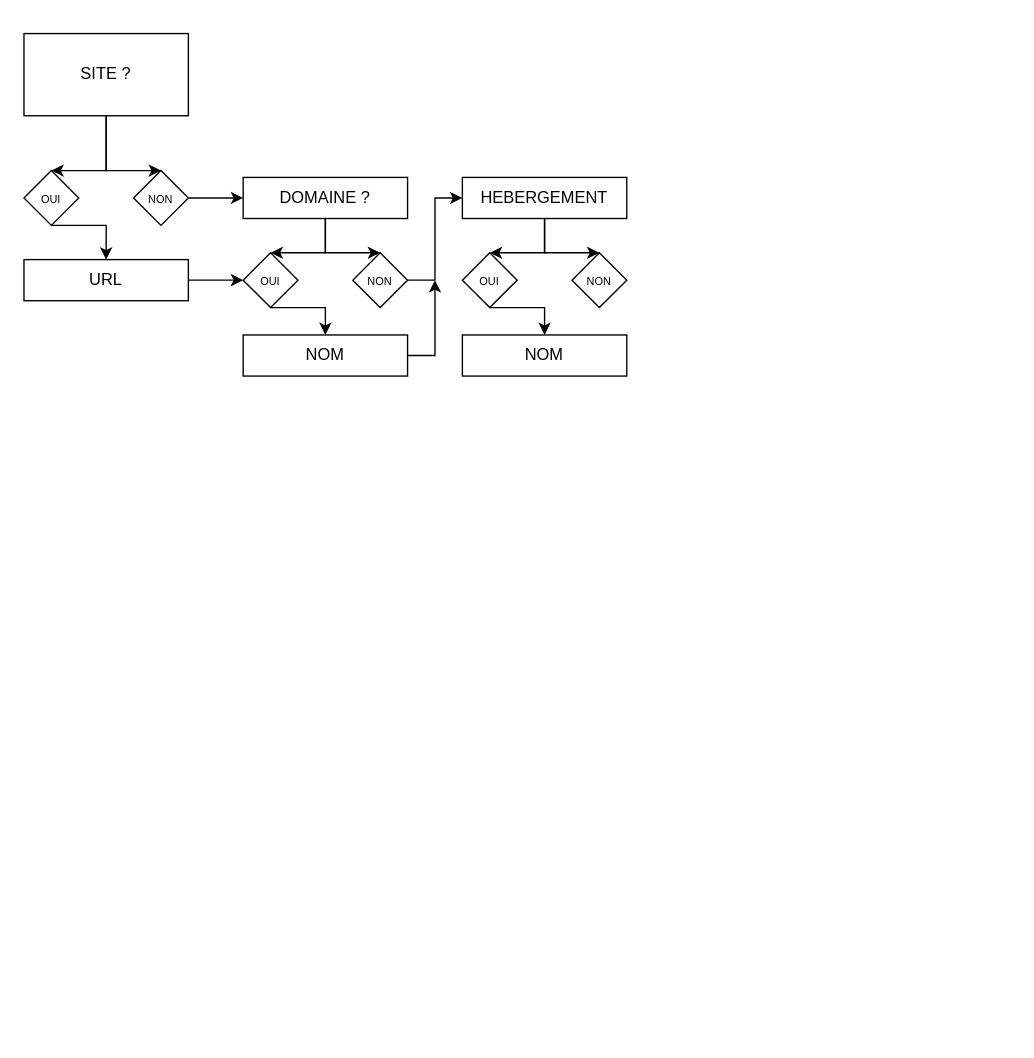
Before: Webcharte.drawio in webcharte/webcharte, a draw.io diagram. Source tidied: cells renumbered, new cells numbered last; positions are measured from the earlier drawing's top-left corner, leaving out a move shared by most shapes. Both pictures are drawn from the tidied source at 137%, with x=0, y=0 at pixel (23, 33).
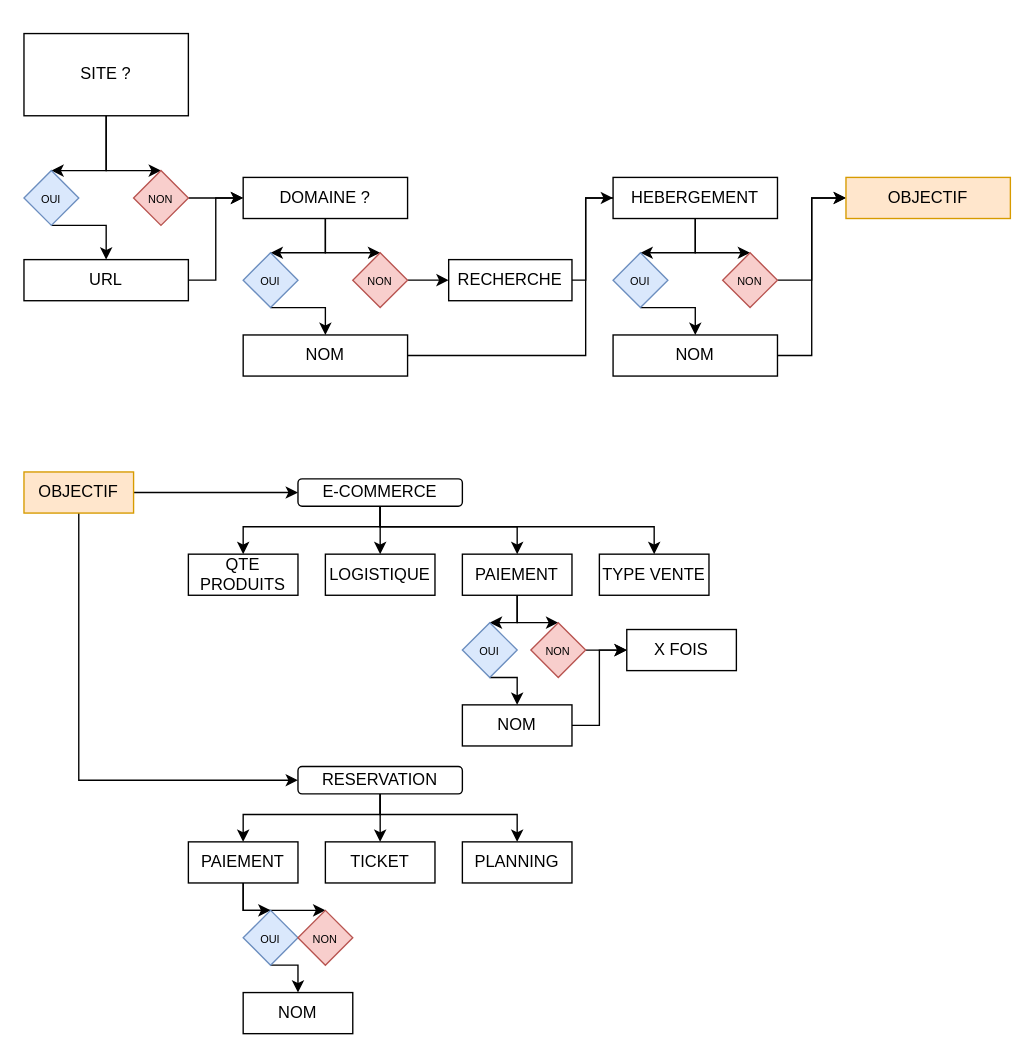
Above is the later version.

Commit message:
Mettre à jour Webcharte.drawio

The change refers to these unchanged cells:
```xml
<mxCell id="10" value="URL" style="rounded=0;whiteSpace=wrap;html=1;" parent="1" vertex="1">
  <mxGeometry y="165" width="120" height="30" as="geometry" />
</mxCell>
<mxCell id="13" value="DOMAINE ?" style="rounded=0;whiteSpace=wrap;html=1;" parent="1" vertex="1">
  <mxGeometry x="160" y="105" width="120" height="30" as="geometry" />
</mxCell>
<mxCell id="19" value="NOM" style="rounded=0;whiteSpace=wrap;html=1;" parent="1" vertex="1">
  <mxGeometry x="160" y="220" width="120" height="30" as="geometry" />
</mxCell>
```

The edit, as a diff of the source:
```diff
@@
-    <mxCell id="4" value="SITE ?" style="rounded=0;whiteSpace=wrap;html=1;" parent="1" vertex="1">
+    <mxCell id="4" value="SITE ?" style="rounded=0;whiteSpace=wrap;html=1;direction=west;" parent="1" vertex="1">
       <mxGeometry width="120" height="60" as="geometry" />
     </mxCell>
@@
-    <mxCell id="6" value="&lt;font style=&quot;font-size: 8px&quot;&gt;OUI&lt;/font&gt;" style="rhombus;whiteSpace=wrap;html=1;" parent="1" vertex="1">
+    <mxCell id="6" value="&lt;font style=&quot;font-size: 8px&quot;&gt;OUI&lt;/font&gt;" style="rhombus;whiteSpace=wrap;html=1;fillColor=#dae8fc;strokeColor=#6c8ebf;" parent="1" vertex="1">
       <mxGeometry y="100" width="40" height="40" as="geometry" />
     </mxCell>
@@
-    <mxCell id="8" value="&lt;font style=&quot;font-size: 8px&quot;&gt;NON&lt;/font&gt;" style="rhombus;whiteSpace=wrap;html=1;" parent="1" vertex="1">
+    <mxCell id="8" value="&lt;font style=&quot;font-size: 8px&quot;&gt;NON&lt;/font&gt;" style="rhombus;whiteSpace=wrap;html=1;fillColor=#f8cecc;strokeColor=#b85450;" parent="1" vertex="1">
       <mxGeometry x="80" y="100" width="40" height="40" as="geometry" />
     </mxCell>
-    <mxCell id="9" style="edgeStyle=none;rounded=0;jettySize=auto;html=1;entryX=0;entryY=0.5;entryDx=0;entryDy=0;fontSize=8;" parent="1" edge="1" source="10" target="15">
-      <mxGeometry relative="1" as="geometry" />
-    </mxCell>
+    <mxCell id="27" style="edgeStyle=orthogonalEdgeStyle;rounded=0;jettySize=auto;html=1;entryX=0;entryY=0.5;entryDx=0;entryDy=0;" parent="1" edge="1" source="10" target="13">
+      <mxGeometry relative="1" as="geometry" />
+    </mxCell>
@@
-    <mxCell id="15" value="&lt;font style=&quot;font-size: 8px&quot;&gt;OUI&lt;/font&gt;" style="rhombus;whiteSpace=wrap;html=1;" parent="1" vertex="1">
+    <mxCell id="15" value="&lt;font style=&quot;font-size: 8px&quot;&gt;OUI&lt;/font&gt;" style="rhombus;whiteSpace=wrap;html=1;fillColor=#dae8fc;strokeColor=#6c8ebf;" parent="1" vertex="1">
       <mxGeometry x="160" y="160" width="40" height="40" as="geometry" />
     </mxCell>
-    <mxCell id="16" style="edgeStyle=none;rounded=0;jettySize=auto;html=1;entryX=0;entryY=0.5;entryDx=0;entryDy=0;fontSize=8;" parent="1" edge="1" source="17" target="22">
-      <mxGeometry relative="1" as="geometry">
-        <Array as="points">
-          <mxPoint x="300" y="180" />
-          <mxPoint x="300" y="120" />
-        </Array>
-      </mxGeometry>
-    </mxCell>
+    <mxCell id="28" style="edgeStyle=orthogonalEdgeStyle;rounded=0;jettySize=auto;html=1;entryX=0;entryY=0.5;entryDx=0;entryDy=0;" parent="1" edge="1" source="17" target="33">
+      <mxGeometry relative="1" as="geometry" />
+    </mxCell>
-    <mxCell id="17" value="&lt;font style=&quot;font-size: 8px&quot;&gt;NON&lt;/font&gt;" style="rhombus;whiteSpace=wrap;html=1;" parent="1" vertex="1">
+    <mxCell id="17" value="&lt;font style=&quot;font-size: 8px&quot;&gt;NON&lt;/font&gt;" style="rhombus;whiteSpace=wrap;html=1;fillColor=#f8cecc;strokeColor=#b85450;" parent="1" vertex="1">
       <mxGeometry x="240" y="160" width="40" height="40" as="geometry" />
     </mxCell>
-    <mxCell id="18" style="edgeStyle=none;rounded=0;jettySize=auto;html=1;fontSize=8;" parent="1" edge="1" source="19">
-      <mxGeometry relative="1" as="geometry">
-        <mxPoint x="300" y="180" as="targetPoint" />
-        <Array as="points">
-          <mxPoint x="300" y="235" />
-        </Array>
-      </mxGeometry>
-    </mxCell>
+    <mxCell id="29" style="edgeStyle=orthogonalEdgeStyle;rounded=0;jettySize=auto;html=1;" parent="1" edge="1" source="19">
+      <mxGeometry relative="1" as="geometry">
+        <mxPoint x="440" y="120" as="targetPoint" />
+        <Array as="points">
+          <mxPoint x="410" y="235" />
+          <mxPoint x="410" y="120" />
+        </Array>
+      </mxGeometry>
+    </mxCell>
@@
     <mxCell id="20" style="edgeStyle=none;rounded=0;jettySize=auto;html=1;entryX=0.5;entryY=0;entryDx=0;entryDy=0;fontSize=8;" parent="1" edge="1" source="22" target="24">
       <mxGeometry relative="1" as="geometry">
         <Array as="points">
-          <mxPoint x="380" y="160" />
+          <mxPoint x="490" y="160" />
         </Array>
       </mxGeometry>
     </mxCell>
     <mxCell id="21" style="edgeStyle=none;rounded=0;jettySize=auto;html=1;entryX=0.5;entryY=0;entryDx=0;entryDy=0;fontSize=8;" parent="1" edge="1" source="22" target="25">
       <mxGeometry relative="1" as="geometry">
         <Array as="points">
-          <mxPoint x="380" y="160" />
+          <mxPoint x="490" y="160" />
         </Array>
       </mxGeometry>
     </mxCell>
     <mxCell id="22" value="HEBERGEMENT" style="rounded=0;whiteSpace=wrap;html=1;" parent="1" vertex="1">
-      <mxGeometry x="320" y="105" width="120" height="30" as="geometry" />
+      <mxGeometry x="430" y="105" width="120" height="30" as="geometry" />
     </mxCell>
     <mxCell id="23" style="edgeStyle=none;rounded=0;jettySize=auto;html=1;entryX=0.5;entryY=0;entryDx=0;entryDy=0;fontSize=8;exitX=0.5;exitY=1;exitDx=0;exitDy=0;" parent="1" edge="1" source="24" target="26">
       <mxGeometry relative="1" as="geometry">
         <Array as="points">
-          <mxPoint x="380" y="200" />
+          <mxPoint x="490" y="200" />
         </Array>
       </mxGeometry>
     </mxCell>
-    <mxCell id="24" value="&lt;font style=&quot;font-size: 8px&quot;&gt;OUI&lt;/font&gt;" style="rhombus;whiteSpace=wrap;html=1;" parent="1" vertex="1">
-      <mxGeometry x="320" y="160" width="40" height="40" as="geometry" />
+    <mxCell id="24" value="&lt;font style=&quot;font-size: 8px&quot;&gt;OUI&lt;/font&gt;" style="rhombus;whiteSpace=wrap;html=1;fillColor=#dae8fc;strokeColor=#6c8ebf;" parent="1" vertex="1">
+      <mxGeometry x="430" y="160" width="40" height="40" as="geometry" />
     </mxCell>
+    <mxCell id="30" style="edgeStyle=orthogonalEdgeStyle;rounded=0;jettySize=auto;html=1;entryX=0;entryY=0.5;entryDx=0;entryDy=0;" parent="1" edge="1" source="25" target="34">
+      <mxGeometry relative="1" as="geometry" />
+    </mxCell>
-    <mxCell id="25" value="&lt;font style=&quot;font-size: 8px&quot;&gt;NON&lt;/font&gt;" style="rhombus;whiteSpace=wrap;html=1;" parent="1" vertex="1">
-      <mxGeometry x="400" y="160" width="40" height="40" as="geometry" />
+    <mxCell id="25" value="&lt;font style=&quot;font-size: 8px&quot;&gt;NON&lt;/font&gt;" style="rhombus;whiteSpace=wrap;html=1;fillColor=#f8cecc;strokeColor=#b85450;" parent="1" vertex="1">
+      <mxGeometry x="510" y="160" width="40" height="40" as="geometry" />
     </mxCell>
+    <mxCell id="31" style="edgeStyle=orthogonalEdgeStyle;rounded=0;jettySize=auto;html=1;entryX=0;entryY=0.5;entryDx=0;entryDy=0;" parent="1" edge="1" source="26" target="34">
+      <mxGeometry relative="1" as="geometry" />
+    </mxCell>
     <mxCell id="26" value="NOM" style="rounded=0;whiteSpace=wrap;html=1;" parent="1" vertex="1">
-      <mxGeometry x="320" y="220" width="120" height="30" as="geometry" />
+      <mxGeometry x="430" y="220" width="120" height="30" as="geometry" />
     </mxCell>
+    <mxCell id="32" style="edgeStyle=orthogonalEdgeStyle;rounded=0;jettySize=auto;html=1;entryX=0;entryY=0.5;entryDx=0;entryDy=0;" parent="1" edge="1" source="33" target="22">
+      <mxGeometry relative="1" as="geometry">
+        <Array as="points">
+          <mxPoint x="410" y="180" />
+          <mxPoint x="410" y="120" />
+        </Array>
+      </mxGeometry>
+    </mxCell>
+    <mxCell id="33" value="RECHERCHE" style="rounded=0;whiteSpace=wrap;html=1;" parent="1" vertex="1">
+      <mxGeometry x="310" y="165" width="90" height="30" as="geometry" />
+    </mxCell>
+    <mxCell id="34" value="OBJECTIF" style="rounded=0;whiteSpace=wrap;html=1;fillColor=#ffe6cc;strokeColor=#d79b00;" parent="1" vertex="1">
+      <mxGeometry x="600" y="105" width="120" height="30" as="geometry" />
+    </mxCell>
+    <mxCell id="35" style="edgeStyle=orthogonalEdgeStyle;rounded=0;jettySize=auto;html=1;" parent="1" edge="1" source="37" target="42">
+      <mxGeometry relative="1" as="geometry" />
+    </mxCell>
+    <mxCell id="36" style="edgeStyle=orthogonalEdgeStyle;rounded=0;jettySize=auto;html=1;entryX=0;entryY=0.5;entryDx=0;entryDy=0;" parent="1" edge="1" source="37" target="59">
+      <mxGeometry relative="1" as="geometry">
+        <Array as="points">
+          <mxPoint x="40" y="545" />
+        </Array>
+      </mxGeometry>
+    </mxCell>
+    <mxCell id="37" value="OBJECTIF" style="rounded=0;whiteSpace=wrap;html=1;fillColor=#ffe6cc;strokeColor=#d79b00;" parent="1" vertex="1">
+      <mxGeometry y="320" width="80" height="30" as="geometry" />
+    </mxCell>
+    <mxCell id="38" style="edgeStyle=orthogonalEdgeStyle;rounded=0;jettySize=auto;html=1;entryX=0.5;entryY=0;entryDx=0;entryDy=0;" parent="1" edge="1" source="42" target="43">
+      <mxGeometry relative="1" as="geometry">
+        <Array as="points">
+          <mxPoint x="260" y="360" />
+          <mxPoint x="160" y="360" />
+        </Array>
+      </mxGeometry>
+    </mxCell>
+    <mxCell id="39" style="edgeStyle=orthogonalEdgeStyle;rounded=0;jettySize=auto;html=1;" parent="1" edge="1" source="42" target="47">
+      <mxGeometry relative="1" as="geometry">
+        <Array as="points">
+          <mxPoint x="260" y="360" />
+          <mxPoint x="360" y="360" />
+        </Array>
+      </mxGeometry>
+    </mxCell>
+    <mxCell id="40" style="edgeStyle=orthogonalEdgeStyle;rounded=0;jettySize=auto;html=1;entryX=0.5;entryY=0;entryDx=0;entryDy=0;" parent="1" edge="1" source="42" target="44">
+      <mxGeometry relative="1" as="geometry" />
+    </mxCell>
+    <mxCell id="41" style="edgeStyle=orthogonalEdgeStyle;rounded=0;jettySize=auto;html=1;" parent="1" edge="1" source="42" target="55">
+      <mxGeometry relative="1" as="geometry">
+        <Array as="points">
+          <mxPoint x="260" y="360" />
+          <mxPoint x="460" y="360" />
+        </Array>
+      </mxGeometry>
+    </mxCell>
+    <mxCell id="42" value="E-COMMERCE" style="rounded=1;whiteSpace=wrap;html=1;" parent="1" vertex="1">
+      <mxGeometry x="200" y="325" width="120" height="20" as="geometry" />
+    </mxCell>
+    <mxCell id="43" value="QTE PRODUITS" style="rounded=0;whiteSpace=wrap;html=1;" parent="1" vertex="1">
+      <mxGeometry x="120" y="380" width="80" height="30" as="geometry" />
+    </mxCell>
+    <mxCell id="44" value="LOGISTIQUE" style="rounded=0;whiteSpace=wrap;html=1;" parent="1" vertex="1">
+      <mxGeometry x="220" y="380" width="80" height="30" as="geometry" />
+    </mxCell>
+    <mxCell id="45" style="edgeStyle=orthogonalEdgeStyle;rounded=0;jettySize=auto;html=1;entryX=0.5;entryY=0;entryDx=0;entryDy=0;" parent="1" edge="1" source="47" target="49">
+      <mxGeometry relative="1" as="geometry" />
+    </mxCell>
+    <mxCell id="46" style="edgeStyle=orthogonalEdgeStyle;rounded=0;jettySize=auto;html=1;" parent="1" edge="1" source="47" target="51">
+      <mxGeometry relative="1" as="geometry" />
+    </mxCell>
+    <mxCell id="47" value="PAIEMENT" style="rounded=0;whiteSpace=wrap;html=1;" parent="1" vertex="1">
+      <mxGeometry x="320" y="380" width="80" height="30" as="geometry" />
+    </mxCell>
+    <mxCell id="48" style="edgeStyle=orthogonalEdgeStyle;rounded=0;jettySize=auto;html=1;entryX=0.5;entryY=0;entryDx=0;entryDy=0;exitX=0.5;exitY=1;exitDx=0;exitDy=0;" parent="1" edge="1" source="49" target="53">
+      <mxGeometry relative="1" as="geometry">
+        <Array as="points">
+          <mxPoint x="340" y="470" />
+        </Array>
+      </mxGeometry>
+    </mxCell>
+    <mxCell id="49" value="&lt;font style=&quot;font-size: 8px&quot;&gt;OUI&lt;/font&gt;" style="rhombus;whiteSpace=wrap;html=1;fillColor=#dae8fc;strokeColor=#6c8ebf;" parent="1" vertex="1">
+      <mxGeometry x="320" y="430" width="40" height="40" as="geometry" />
+    </mxCell>
+    <mxCell id="50" style="edgeStyle=orthogonalEdgeStyle;rounded=0;jettySize=auto;html=1;entryX=0;entryY=0.5;entryDx=0;entryDy=0;" parent="1" edge="1" source="51" target="54">
+      <mxGeometry relative="1" as="geometry" />
+    </mxCell>
+    <mxCell id="51" value="&lt;font style=&quot;font-size: 8px&quot;&gt;NON&lt;/font&gt;" style="rhombus;whiteSpace=wrap;html=1;fillColor=#f8cecc;strokeColor=#b85450;" parent="1" vertex="1">
+      <mxGeometry x="370" y="430" width="40" height="40" as="geometry" />
+    </mxCell>
+    <mxCell id="52" style="edgeStyle=orthogonalEdgeStyle;rounded=0;jettySize=auto;html=1;entryX=0;entryY=0.5;entryDx=0;entryDy=0;" parent="1" edge="1" source="53" target="54">
+      <mxGeometry relative="1" as="geometry">
+        <Array as="points">
+          <mxPoint x="420" y="505" />
+          <mxPoint x="420" y="450" />
+        </Array>
+      </mxGeometry>
+    </mxCell>
+    <mxCell id="53" value="NOM" style="rounded=0;whiteSpace=wrap;html=1;" parent="1" vertex="1">
+      <mxGeometry x="320" y="490" width="80" height="30" as="geometry" />
+    </mxCell>
+    <mxCell id="54" value="X FOIS" style="rounded=0;whiteSpace=wrap;html=1;" parent="1" vertex="1">
+      <mxGeometry x="440" y="435" width="80" height="30" as="geometry" />
+    </mxCell>
+    <mxCell id="55" value="TYPE VENTE" style="rounded=0;whiteSpace=wrap;html=1;" parent="1" vertex="1">
+      <mxGeometry x="420" y="380" width="80" height="30" as="geometry" />
+    </mxCell>
+    <mxCell id="56" style="edgeStyle=orthogonalEdgeStyle;rounded=0;jettySize=auto;html=1;" parent="1" edge="1" source="59" target="67">
+      <mxGeometry relative="1" as="geometry">
+        <Array as="points">
+          <mxPoint x="260" y="560" />
+          <mxPoint x="260" y="560" />
+        </Array>
+      </mxGeometry>
+    </mxCell>
+    <mxCell id="57" style="edgeStyle=orthogonalEdgeStyle;rounded=0;jettySize=auto;html=1;entryX=0.5;entryY=0;entryDx=0;entryDy=0;" parent="1" edge="1" source="59" target="68">
+      <mxGeometry relative="1" as="geometry">
+        <Array as="points">
+          <mxPoint x="260" y="570" />
+          <mxPoint x="360" y="570" />
+        </Array>
+      </mxGeometry>
+    </mxCell>
+    <mxCell id="58" style="edgeStyle=orthogonalEdgeStyle;rounded=0;jettySize=auto;html=1;entryX=0.5;entryY=0;entryDx=0;entryDy=0;" parent="1" edge="1" source="59" target="62">
+      <mxGeometry relative="1" as="geometry">
+        <Array as="points">
+          <mxPoint x="260" y="570" />
+          <mxPoint x="160" y="570" />
+        </Array>
+      </mxGeometry>
+    </mxCell>
+    <mxCell id="59" value="RESERVATION" style="rounded=1;whiteSpace=wrap;html=1;" parent="1" vertex="1">
+      <mxGeometry x="200" y="535" width="120" height="20" as="geometry" />
+    </mxCell>
+    <mxCell id="60" style="edgeStyle=orthogonalEdgeStyle;rounded=0;jettySize=auto;html=1;entryX=0.5;entryY=0;entryDx=0;entryDy=0;" parent="1" edge="1" source="62" target="64">
+      <mxGeometry relative="1" as="geometry" />
+    </mxCell>
+    <mxCell id="61" style="edgeStyle=orthogonalEdgeStyle;rounded=0;jettySize=auto;html=1;" parent="1" edge="1" source="62" target="65">
+      <mxGeometry relative="1" as="geometry" />
+    </mxCell>
+    <mxCell id="62" value="PAIEMENT" style="rounded=0;whiteSpace=wrap;html=1;" parent="1" vertex="1">
+      <mxGeometry x="120" y="590" width="80" height="30" as="geometry" />
+    </mxCell>
+    <mxCell id="63" style="edgeStyle=orthogonalEdgeStyle;rounded=0;jettySize=auto;html=1;exitX=0.5;exitY=1;exitDx=0;exitDy=0;" parent="1" edge="1" source="64" target="66">
+      <mxGeometry relative="1" as="geometry">
+        <Array as="points">
+          <mxPoint x="200" y="680" />
+        </Array>
+      </mxGeometry>
+    </mxCell>
+    <mxCell id="64" value="&lt;font style=&quot;font-size: 8px&quot;&gt;OUI&lt;/font&gt;" style="rhombus;whiteSpace=wrap;html=1;fillColor=#dae8fc;strokeColor=#6c8ebf;" parent="1" vertex="1">
+      <mxGeometry x="160" y="640" width="40" height="40" as="geometry" />
+    </mxCell>
+    <mxCell id="65" value="&lt;font style=&quot;font-size: 8px&quot;&gt;NON&lt;/font&gt;" style="rhombus;whiteSpace=wrap;html=1;fillColor=#f8cecc;strokeColor=#b85450;" parent="1" vertex="1">
+      <mxGeometry x="200" y="640" width="40" height="40" as="geometry" />
+    </mxCell>
+    <mxCell id="66" value="NOM" style="rounded=0;whiteSpace=wrap;html=1;" parent="1" vertex="1">
+      <mxGeometry x="160" y="700" width="80" height="30" as="geometry" />
+    </mxCell>
+    <mxCell id="67" value="TICKET" style="rounded=0;whiteSpace=wrap;html=1;" parent="1" vertex="1">
+      <mxGeometry x="220" y="590" width="80" height="30" as="geometry" />
+    </mxCell>
+    <mxCell id="68" value="PLANNING" style="rounded=0;whiteSpace=wrap;html=1;" parent="1" vertex="1">
+      <mxGeometry x="320" y="590" width="80" height="30" as="geometry" />
+    </mxCell>
```
